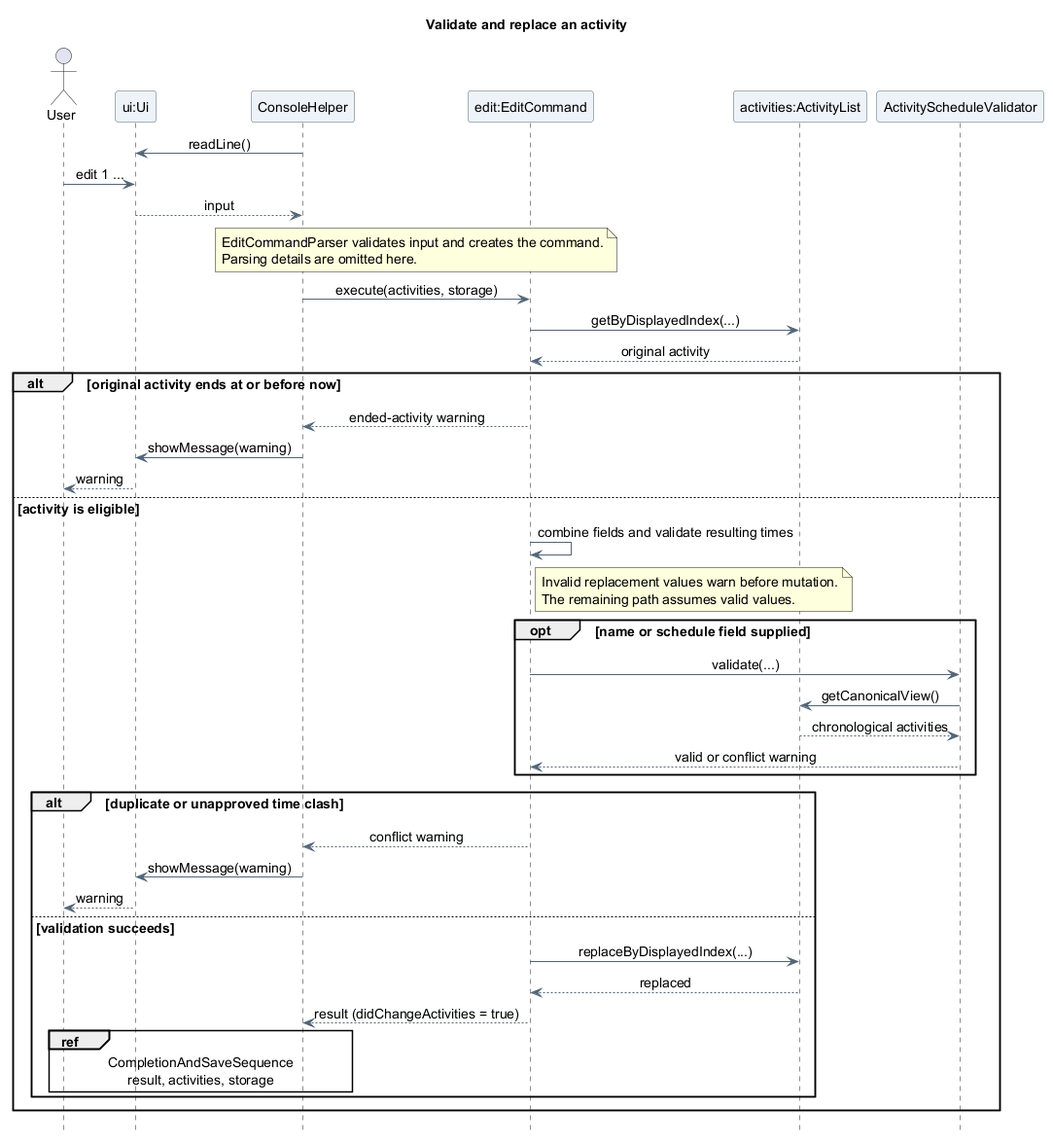
Before: docs/images/oliver/sequence/EditActivitySequence.png, a diagram exported from PlantUML (AY2627S1-CS2113-T10-4/tp).
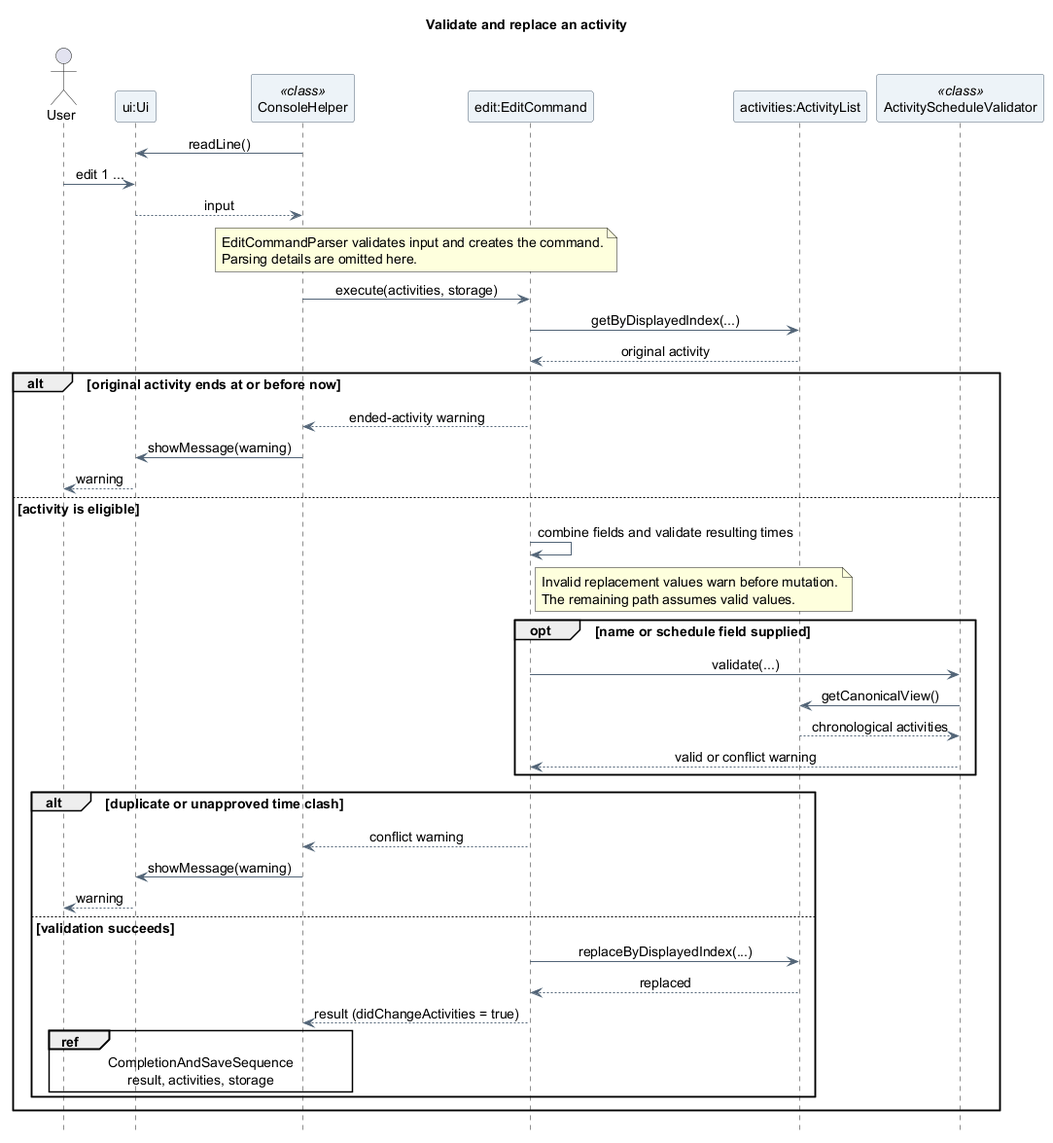
After the change.

Diff of the diagram source:
```diff
@@ -12,10 +12,10 @@
 
 actor "User" as User
 participant "ui:Ui" as UI
-participant "ConsoleHelper" as Console
+participant "ConsoleHelper" as Console <<class>>
 participant "edit:EditCommand" as Edit
 participant "activities:ActivityList" as Activities
-participant "ActivityScheduleValidator" as Schedule
+participant "ActivityScheduleValidator" as Schedule <<class>>
 
 Console -> UI : readLine()
 User -> UI : edit 1 ...
```
